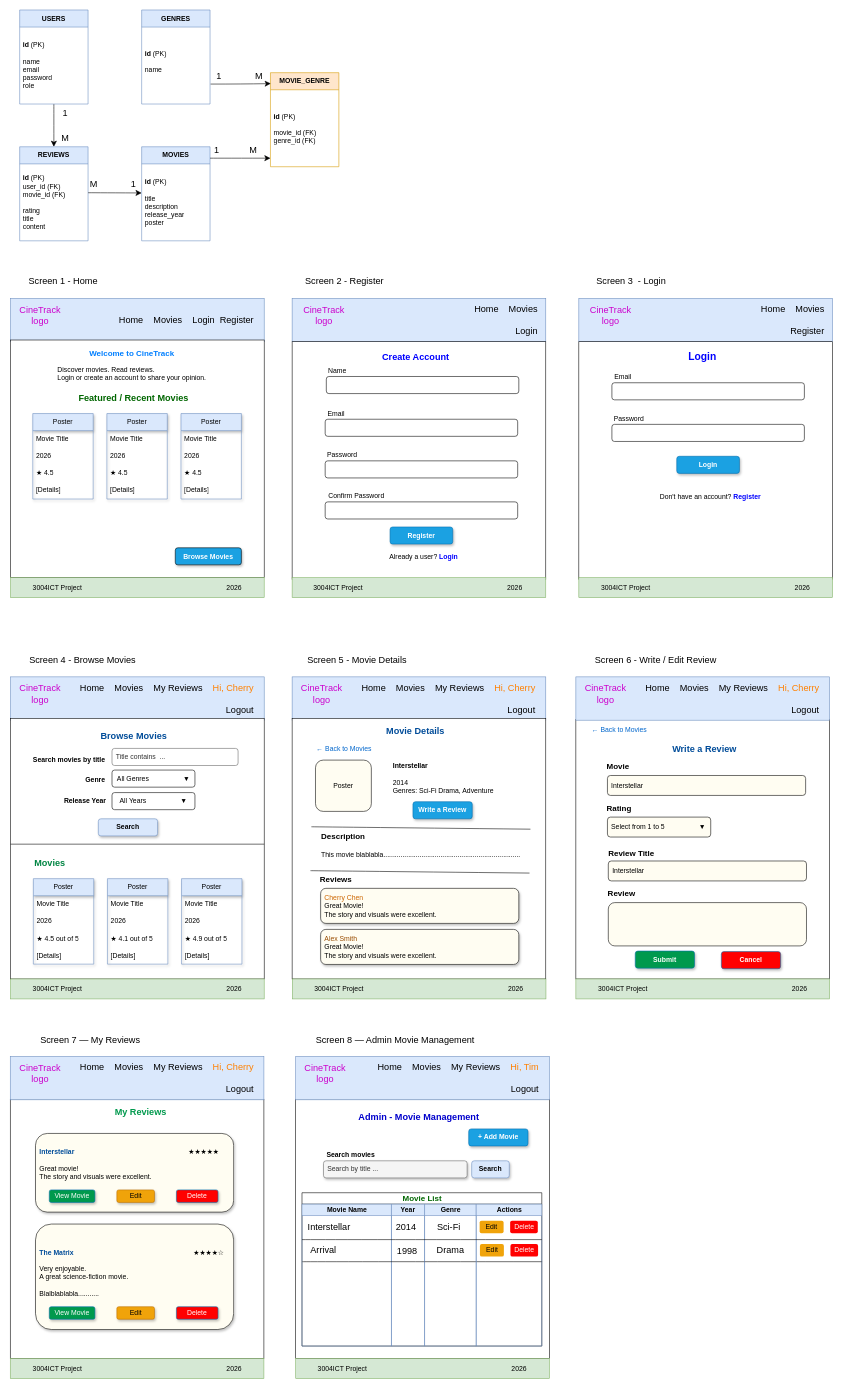
The draw.io diagram docs/diagrams/diagrams.drawio in cherry4049/3004ICT-movie-watchlist, before the edit. Source tidied: cells renumbered, new cells numbered last; positions are measured from the earlier drawing's top-left corner, leaving out a move shared by most shapes. Both pictures are drawn from the tidied source at 57%, with x=0, y=0 at pixel (10, 10).
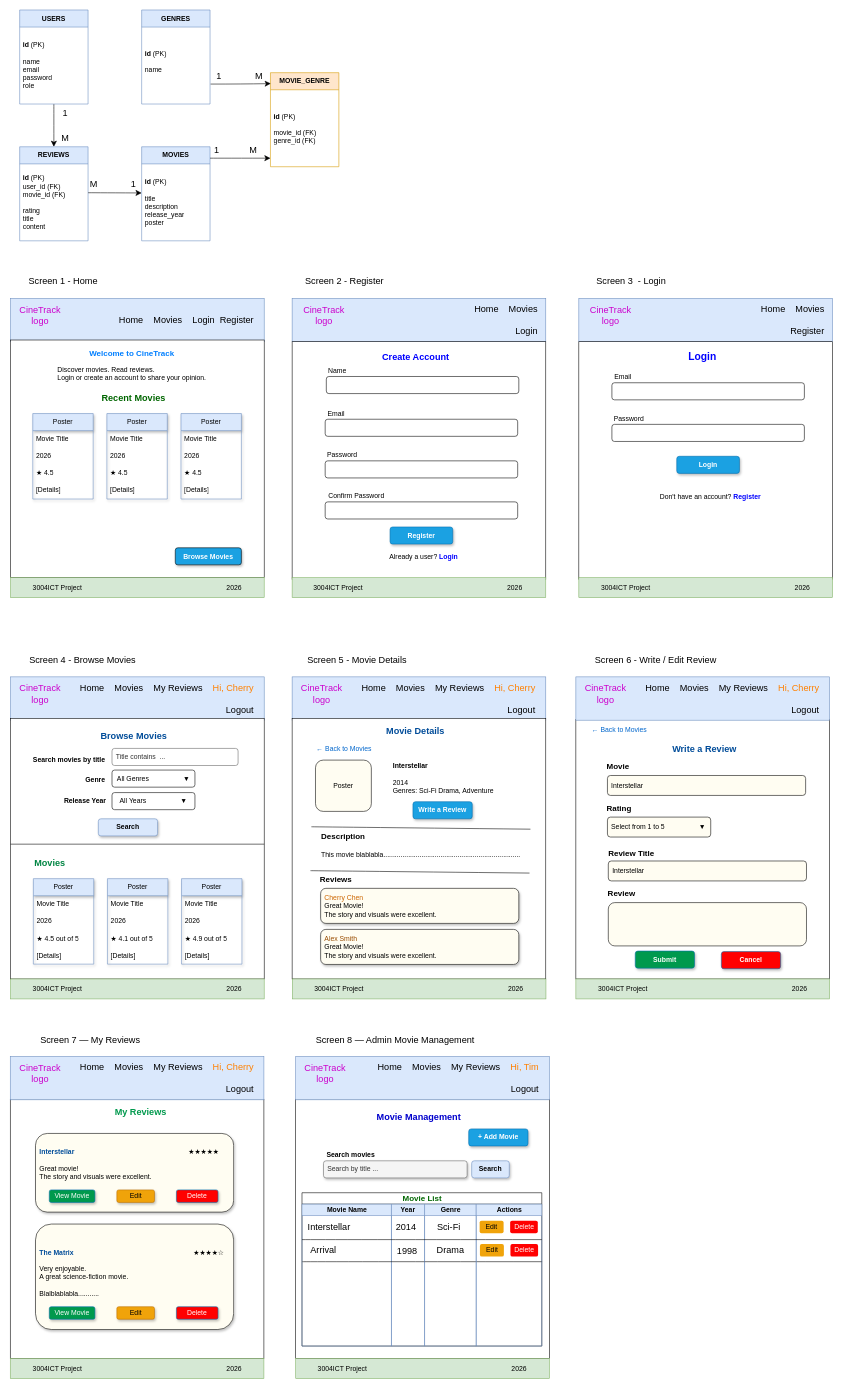
The same page after the edit.

Change to the diagram source:
```diff
@@
-    <mxCell id="33" value="&lt;span style=&quot;color: rgb(0, 102, 0);&quot;&gt;&lt;b&gt;&lt;font style=&quot;font-size: 16px;&quot;&gt;Featured / Recent Movies&lt;/font&gt;&lt;/b&gt;&lt;/span&gt;" style="text;html=1;whiteSpace=wrap;strokeColor=none;fillColor=none;align=center;verticalAlign=middle;rounded=0;" parent="1" vertex="1">
+    <mxCell id="33" value="&lt;span style=&quot;color: rgb(0, 102, 0);&quot;&gt;&lt;b&gt;&lt;font style=&quot;font-size: 16px;&quot;&gt;Recent Movies&lt;/font&gt;&lt;/b&gt;&lt;/span&gt;" style="text;html=1;whiteSpace=wrap;strokeColor=none;fillColor=none;align=center;verticalAlign=middle;rounded=0;" parent="1" vertex="1">
       <mxGeometry x="49" y="665" width="334" height="30" as="geometry" />
     </mxCell>
@@
-    <mxCell id="145" value="&lt;b&gt;&lt;font style=&quot;font-size: 16px; color: rgb(0, 0, 204);&quot;&gt;Admin - Movie Management&lt;/font&gt;&lt;/b&gt;" style="text;html=1;whiteSpace=wrap;strokeColor=none;fillColor=none;align=center;verticalAlign=middle;rounded=0;" parent="1" vertex="1">
+    <mxCell id="145" value="&lt;b&gt;&lt;font style=&quot;font-size: 16px; color: rgb(0, 0, 204);&quot;&gt;Movie Management&lt;/font&gt;&lt;/b&gt;" style="text;html=1;whiteSpace=wrap;strokeColor=none;fillColor=none;align=center;verticalAlign=middle;rounded=0;" parent="1" vertex="1">
       <mxGeometry x="546.3" y="1927" width="341" height="30" as="geometry" />
     </mxCell>
```
